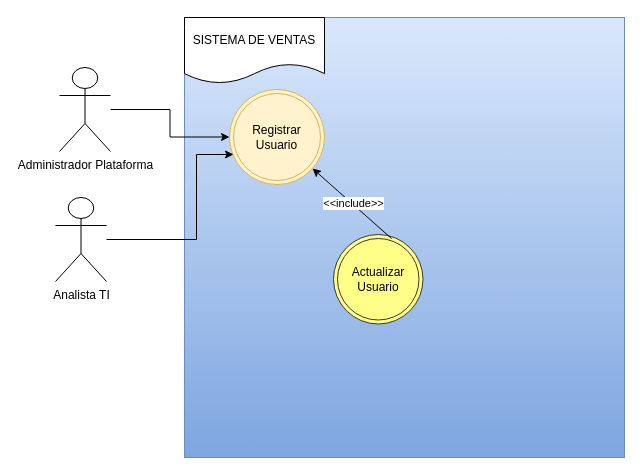
Before: programacion23.drawio in Pablo2467/drawio3, a draw.io diagram. Source tidied: cells renumbered, new cells numbered last; positions are measured from the earlier drawing's top-left corner, leaving out a move shared by most shapes. Both pictures are drawn from the tidied source at 100%, with x=0, y=0 at pixel (55, 17).
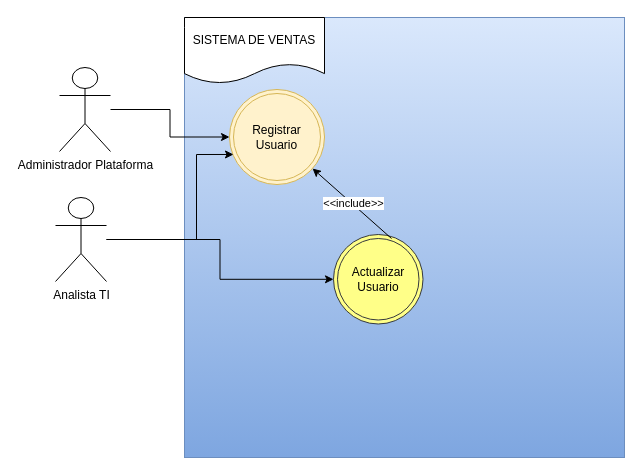
The same diagram, later.

The edit, as a diff of the source:
```diff
@@
 <mxGraphModel>
   <root>
     <mxCell id="0" />
     <mxCell id="1" parent="0" />
     <mxCell id="2" style="whiteSpace=wrap;html=1;fillColor=#dae8fc;strokeColor=#6c8ebf;gradientColor=#7ea6e0;" parent="1" vertex="1">
       <mxGeometry x="129" width="440" height="440" as="geometry" />
     </mxCell>
     <mxCell id="3" value="SISTEMA DE VENTAS" style="shape=document;whiteSpace=wrap;html=1;boundedLbl=1;" parent="1" vertex="1">
       <mxGeometry x="129" width="140" height="66" as="geometry" />
     </mxCell>
     <mxCell id="4" style="edgeStyle=orthogonalEdgeStyle;rounded=0;jettySize=auto;html=1;" parent="1" edge="1" source="5" target="7">
       <mxGeometry relative="1" as="geometry" />
     </mxCell>
     <mxCell id="5" value="Administrador Plataforma" style="shape=umlActor;verticalLabelPosition=bottom;verticalAlign=top;html=1;outlineConnect=0;" parent="1" vertex="1">
       <mxGeometry x="4" y="50" width="51" height="84" as="geometry" />
     </mxCell>
+    <mxCell id="12" style="edgeStyle=orthogonalEdgeStyle;rounded=0;jettySize=auto;html=1;" parent="1" edge="1" source="6" target="9">
+      <mxGeometry relative="1" as="geometry" />
+    </mxCell>
     <mxCell id="6" value="Analista TI" style="shape=umlActor;verticalLabelPosition=bottom;verticalAlign=top;html=1;outlineConnect=0;" parent="1" vertex="1">
       <mxGeometry y="180" width="51" height="84" as="geometry" />
     </mxCell>
     <mxCell id="7" value="Registrar Usuario" style="ellipse;shape=doubleEllipse;whiteSpace=wrap;html=1;fillColor=#fff2cc;strokeColor=#d6b656;" parent="1" vertex="1">
       <mxGeometry x="174" y="72" width="95" height="95" as="geometry" />
     </mxCell>
     <mxCell id="8" style="edgeStyle=orthogonalEdgeStyle;rounded=0;jettySize=auto;html=1;entryX=0.042;entryY=0.684;entryDx=0;entryDy=0;entryPerimeter=0;" parent="1" edge="1" source="6" target="7">
       <mxGeometry relative="1" as="geometry">
         <Array as="points">
           <mxPoint x="141" y="222" />
           <mxPoint x="141" y="137" />
         </Array>
       </mxGeometry>
     </mxCell>
     <mxCell id="9" value="Actualizar Usuario" style="ellipse;shape=doubleEllipse;whiteSpace=wrap;html=1;fillColor=#ffff88;strokeColor=#36393d;" parent="1" vertex="1">
       <mxGeometry x="278" y="217" width="89.5" height="89.5" as="geometry" />
     </mxCell>
     <mxCell id="10" style="endArrow=classic;html=1;rounded=0;" parent="1" edge="1" target="7">
       <mxGeometry relative="1" as="geometry">
         <mxPoint x="336" y="221" as="sourcePoint" />
       </mxGeometry>
     </mxCell>
     <mxCell id="11" value="&amp;lt;&amp;lt;include&amp;gt;&amp;gt;" style="edgeLabel;html=1;align=center;verticalAlign=middle;" parent="10" vertex="1">
       <mxGeometry x="0.01" y="-1" relative="1" as="geometry" />
     </mxCell>
   </root>
 </mxGraphModel>
```
